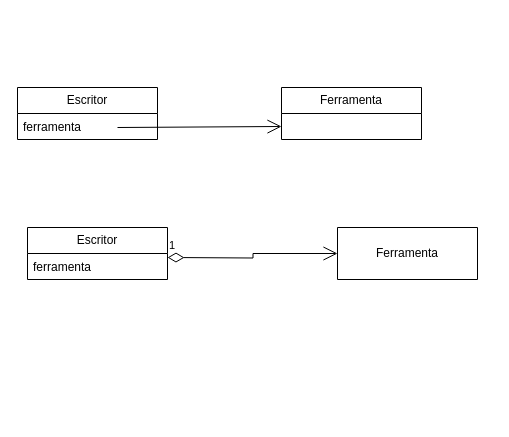
Before: Diagrama sem nome.drawio in JackDev085/api-com-python, a draw.io diagram. Source tidied: cells renumbered, new cells numbered last; positions are measured from the earlier drawing's top-left corner, leaving out a move shared by most shapes. Both pictures are drawn from the tidied source at 100%, with x=0, y=0 at pixel (17, 87).
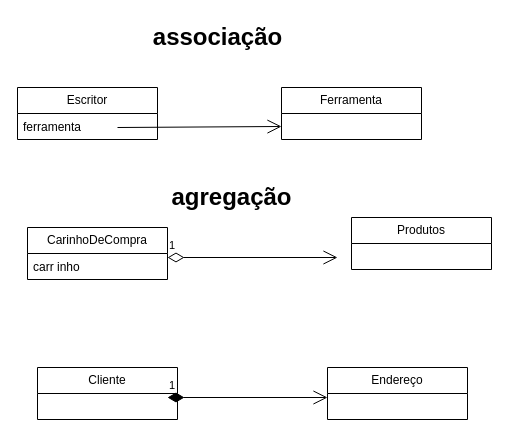
Above is the later version.

Change to the diagram source:
```diff
@@
 <mxGraphModel>
   <root>
     <mxCell id="0" />
     <mxCell id="1" parent="0" />
     <mxCell id="2" value="Escritor" style="swimlane;fontStyle=0;horizontal=1;startSize=26;fillColor=none;whiteSpace=wrap;html=1;" parent="1" vertex="1">
       <mxGeometry width="140" height="52" as="geometry" />
     </mxCell>
     <mxCell id="3" value="ferramenta&lt;br&gt;" style="text;strokeColor=none;fillColor=none;align=left;verticalAlign=top;spacingLeft=4;spacingRight=4;overflow=hidden;whiteSpace=wrap;html=1;" parent="2" vertex="1">
       <mxGeometry y="26" width="140" height="26" as="geometry" />
     </mxCell>
     <mxCell id="4" style="endArrow=open;endFill=1;endSize=12;html=1;rounded=0;entryX=0;entryY=0.75;entryDx=0;entryDy=0;" parent="2" edge="1" target="5">
       <mxGeometry relative="1" as="geometry">
         <mxPoint x="100" y="40" as="sourcePoint" />
       </mxGeometry>
     </mxCell>
     <mxCell id="5" value="Ferramenta" style="swimlane;fontStyle=0;horizontal=1;startSize=26;fillColor=none;whiteSpace=wrap;html=1;" parent="1" vertex="1">
       <mxGeometry x="264" width="140" height="52" as="geometry" />
     </mxCell>
-    <mxCell id="6" value="Escritor" style="swimlane;fontStyle=0;horizontal=1;startSize=26;fillColor=none;whiteSpace=wrap;html=1;" parent="1" vertex="1">
+    <mxCell id="6" value="CarinhoDeCompra" style="swimlane;fontStyle=0;horizontal=1;startSize=26;fillColor=none;whiteSpace=wrap;html=1;" parent="1" vertex="1">
       <mxGeometry x="10" y="140" width="140" height="52" as="geometry" />
     </mxCell>
-    <mxCell id="7" value="ferramenta&lt;br&gt;" style="text;strokeColor=none;fillColor=none;align=left;verticalAlign=top;spacingLeft=4;spacingRight=4;overflow=hidden;whiteSpace=wrap;html=1;" parent="6" vertex="1">
+    <mxCell id="7" value="carr inho" style="text;strokeColor=none;fillColor=none;align=left;verticalAlign=top;spacingLeft=4;spacingRight=4;overflow=hidden;whiteSpace=wrap;html=1;" parent="6" vertex="1">
       <mxGeometry y="26" width="140" height="26" as="geometry" />
     </mxCell>
-    <mxCell id="8" value="Ferramenta" style="swimlane;fontStyle=0;horizontal=1;startSize=52;fillColor=none;whiteSpace=wrap;html=1;" parent="1" vertex="1">
-      <mxGeometry x="320" y="140" width="140" height="52" as="geometry" />
-    </mxCell>
-    <mxCell id="9" value="1" style="endArrow=open;html=1;endSize=12;startArrow=diamondThin;startSize=14;startFill=0;edgeStyle=orthogonalEdgeStyle;align=left;verticalAlign=bottom;rounded=0;" parent="1" edge="1" target="8">
+    <mxCell id="9" value="1" style="endArrow=open;html=1;endSize=12;startArrow=diamondThin;startSize=14;startFill=0;edgeStyle=orthogonalEdgeStyle;align=left;verticalAlign=bottom;rounded=0;" parent="1" edge="1">
       <mxGeometry x="-1" y="3" relative="1" as="geometry">
         <mxPoint x="150" y="170" as="sourcePoint" />
+        <mxPoint x="320" y="170" as="targetPoint" />
       </mxGeometry>
     </mxCell>
+    <mxCell id="10" value="associação" style="text;strokeColor=none;fillColor=none;html=1;fontSize=24;fontStyle=1;verticalAlign=middle;align=center;" parent="1" vertex="1">
+      <mxGeometry x="150" y="-70" width="100" height="40" as="geometry" />
+    </mxCell>
+    <mxCell id="11" value="agregação" style="text;strokeColor=none;fillColor=none;html=1;fontSize=24;fontStyle=1;verticalAlign=middle;align=center;" parent="1" vertex="1">
+      <mxGeometry x="164" y="90" width="100" height="40" as="geometry" />
+    </mxCell>
+    <mxCell id="12" value="Produtos" style="swimlane;fontStyle=0;horizontal=1;startSize=26;fillColor=none;whiteSpace=wrap;html=1;" parent="1" vertex="1">
+      <mxGeometry x="334" y="130" width="140" height="52" as="geometry" />
+    </mxCell>
+    <mxCell id="13" value="Cliente" style="swimlane;fontStyle=0;horizontal=1;startSize=26;fillColor=none;whiteSpace=wrap;html=1;" parent="1" vertex="1">
+      <mxGeometry x="20" y="280" width="140" height="52" as="geometry" />
+    </mxCell>
+    <mxCell id="14" value="1" style="endArrow=open;html=1;endSize=12;startArrow=diamondThin;startSize=14;startFill=1;edgeStyle=orthogonalEdgeStyle;align=left;verticalAlign=bottom;rounded=0;" parent="13" edge="1">
+      <mxGeometry x="-1" y="3" relative="1" as="geometry">
+        <mxPoint x="130" y="30" as="sourcePoint" />
+        <mxPoint x="290" y="30" as="targetPoint" />
+      </mxGeometry>
+    </mxCell>
+    <mxCell id="15" value="Endereço" style="swimlane;fontStyle=0;horizontal=1;startSize=26;fillColor=none;whiteSpace=wrap;html=1;" parent="1" vertex="1">
+      <mxGeometry x="310" y="280" width="140" height="52" as="geometry" />
+    </mxCell>
   </root>
 </mxGraphModel>
```
